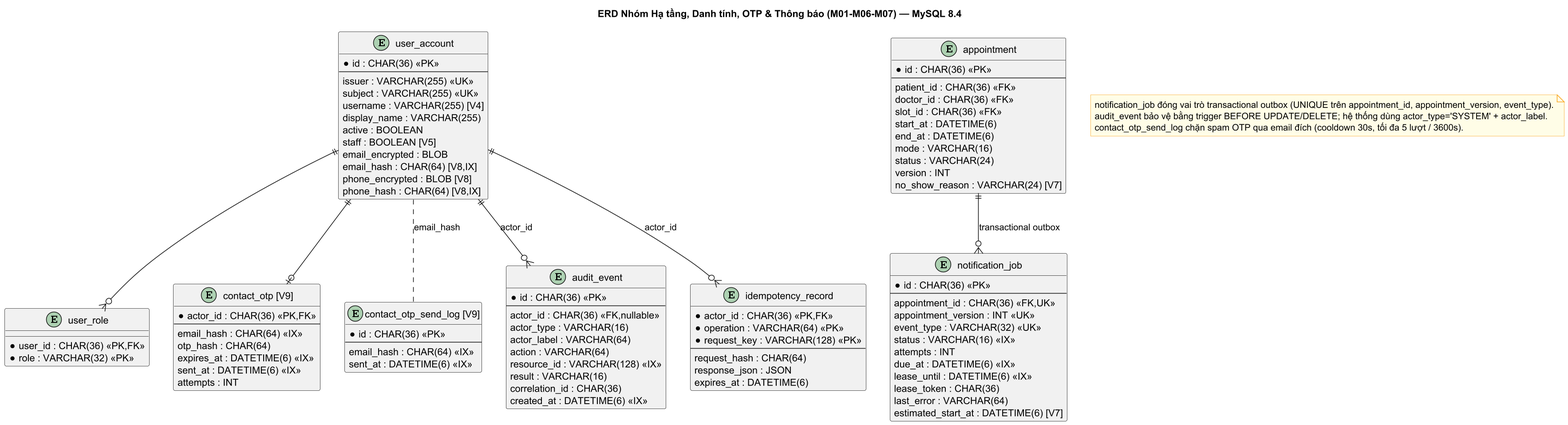
Before: docs/design/database/erd-infrastructure.png, a diagram exported from PlantUML (Samie32/SE-project).
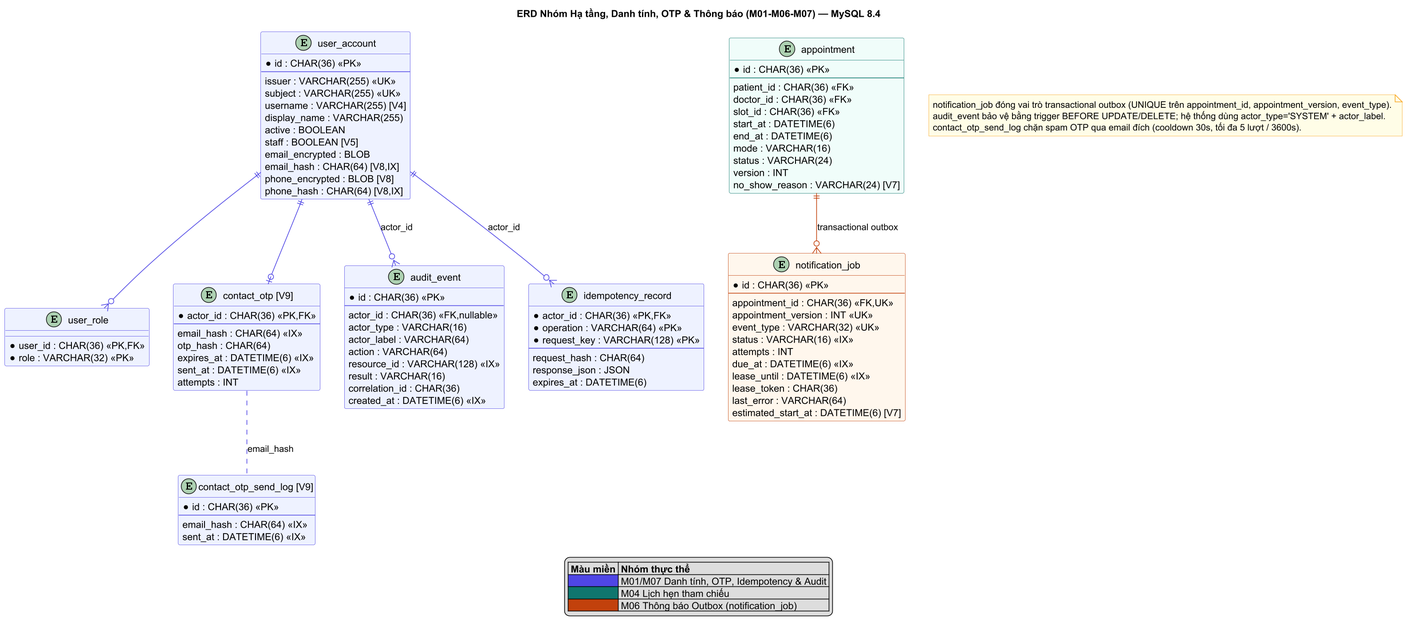
Above is the later version.

What changed in the source:
```diff
@@ -1,8 +1,5 @@
 @startuml erd-infrastructure
 skinparam entity {
-  BackgroundColor White
-  BorderColor #555
-  ArrowColor #333
   FontName Arial
   FontSize 10
 }
@@ -12,7 +9,7 @@
 skinparam dpi 150
 title ERD Nhóm Hạ tầng, Danh tính, OTP & Thông báo (M01-M06-M07) — MySQL 8.4
 
-entity "user_account" as UA {
+entity "user_account" as UA #EEF2FF;line:4F46E5 {
   * id : CHAR(36) <<PK>>
   --
   issuer : VARCHAR(255) <<UK>>
@@ -27,12 +24,12 @@
   phone_hash : CHAR(64) [V8,IX]
 }
 
-entity "user_role" as UR {
+entity "user_role" as UR #EEF2FF;line:4F46E5 {
   * user_id : CHAR(36) <<PK,FK>>
   * role : VARCHAR(32) <<PK>>
 }
 
-entity "contact_otp [V9]" as CO {
+entity "contact_otp [V9]" as CO #EEF2FF;line:4F46E5 {
   * actor_id : CHAR(36) <<PK,FK>>
   --
   email_hash : CHAR(64) <<IX>>
@@ -42,14 +39,14 @@
   attempts : INT
 }
 
-entity "contact_otp_send_log [V9]" as COS {
+entity "contact_otp_send_log [V9]" as COS #EEF2FF;line:4F46E5 {
   * id : CHAR(36) <<PK>>
   --
   email_hash : CHAR(64) <<IX>>
   sent_at : DATETIME(6) <<IX>>
 }
 
-entity "audit_event" as AE {
+entity "audit_event" as AE #EEF2FF;line:4F46E5 {
   * id : CHAR(36) <<PK>>
   --
   actor_id : CHAR(36) <<FK,nullable>>
@@ -62,7 +59,7 @@
   created_at : DATETIME(6) <<IX>>
 }
 
-entity "idempotency_record" as IR {
+entity "idempotency_record" as IR #EEF2FF;line:4F46E5 {
   * actor_id : CHAR(36) <<PK,FK>>
   * operation : VARCHAR(64) <<PK>>
   * request_key : VARCHAR(128) <<PK>>
@@ -72,7 +69,7 @@
   expires_at : DATETIME(6)
 }
 
-entity "appointment" as AP {
+entity "appointment" as AP #F0FDFA;line:0F766E {
   * id : CHAR(36) <<PK>>
   --
   patient_id : CHAR(36) <<FK>>
@@ -86,7 +83,7 @@
   no_show_reason : VARCHAR(24) [V7]
 }
 
-entity "notification_job" as NJ {
+entity "notification_job" as NJ #FFF7ED;line:C2410C {
   * id : CHAR(36) <<PK>>
   --
   appointment_id : CHAR(36) <<FK,UK>>
@@ -101,12 +98,12 @@
   estimated_start_at : DATETIME(6) [V7]
 }
 
-UA ||--o{ UR
-UA ||--o| CO
-UA .. COS : email_hash
-UA ||--o{ AE : actor_id
-UA ||--o{ IR : actor_id
-AP ||--o{ NJ : transactional outbox
+UA ||-[#4F46E5]-o{ UR
+UA ||-[#4F46E5]-o| CO
+CO .[#4F46E5]. COS : email_hash
+UA ||-[#4F46E5]-o{ AE : actor_id
+UA ||-[#4F46E5]-o{ IR : actor_id
+AP ||-[#C2410C]-o{ NJ : transactional outbox
 
 note as N1
   notification_job đóng vai trò transactional outbox (UNIQUE trên appointment_id, appointment_version, event_type).
@@ -114,4 +111,11 @@
   contact_otp_send_log chặn spam OTP qua email đích (cooldown 30s, tối đa 5 lượt / 3600s).
 end note
 
+legend bottom
+  |= Màu miền |= Nhóm thực thể |
+  |<#4F46E5>   | M01/M07 Danh tính, OTP, Idempotency & Audit |
+  |<#0F766E>   | M04 Lịch hẹn tham chiếu |
+  |<#C2410C>   | M06 Thông báo Outbox (notification_job) |
+endlegend
+
 @enduml
```
